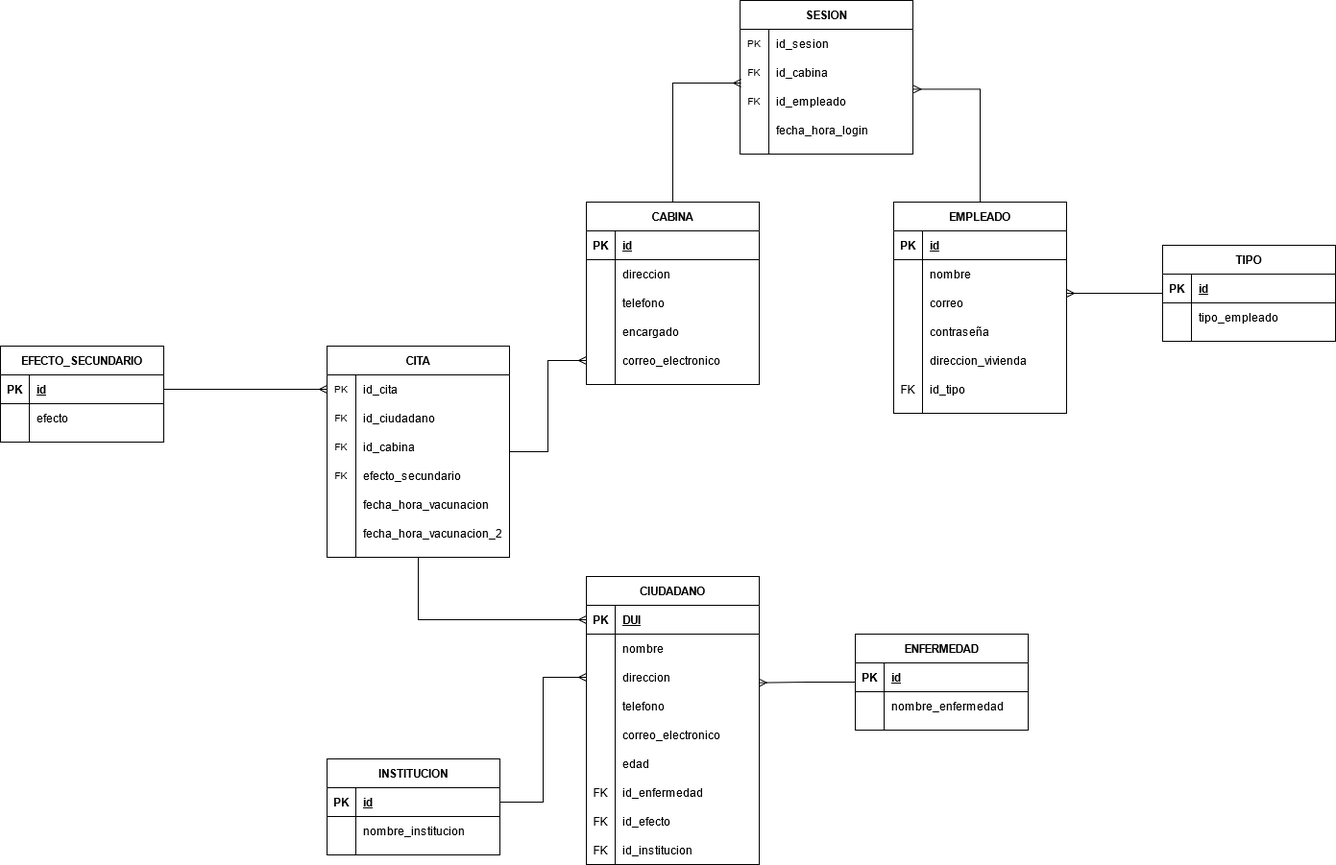
This is Bases_de_datos/Diagrama RN.png from UCASV/proyecto-final-grupo12, a draw.io export, as it was before one commit. Source tidied: cells renumbered, new cells last; positions are measured from the earlier drawing's top-left corner, leaving out a move shared by most shapes.
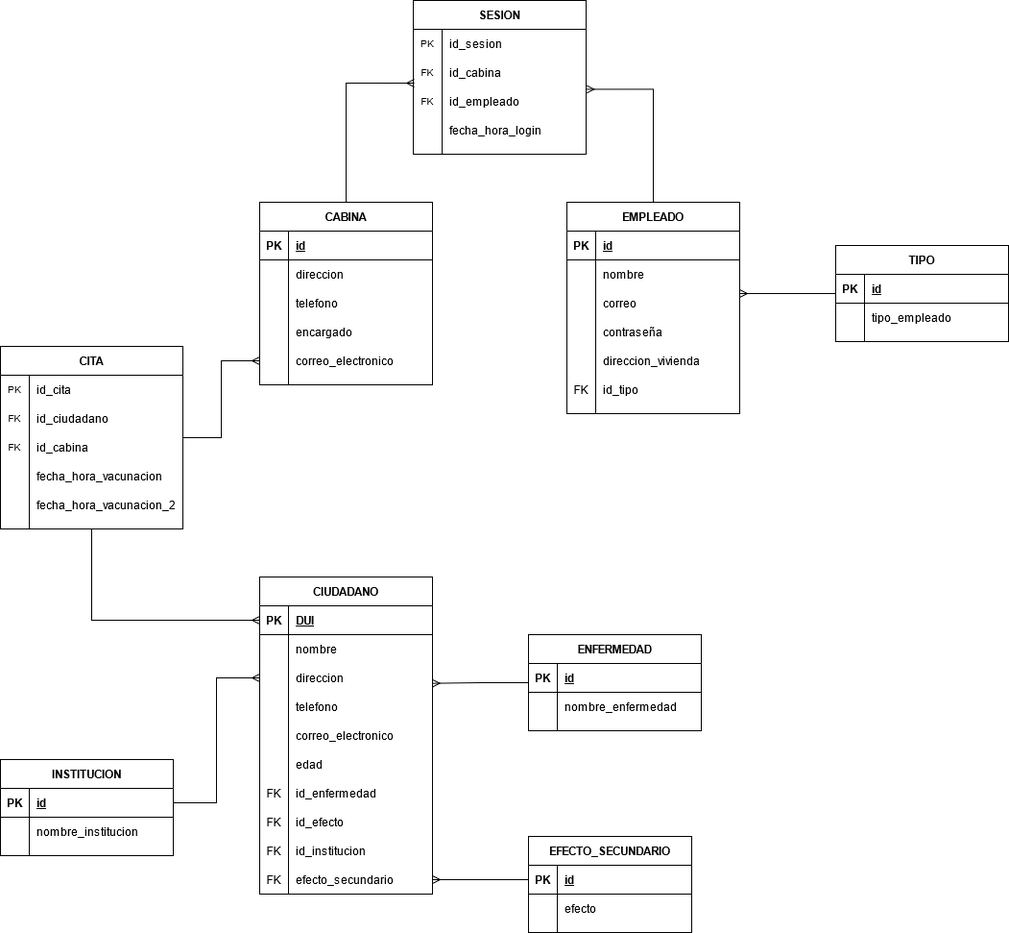
Later version of the same file.

Diff of the diagram source:
```diff
@@ -114,7 +114,7 @@
       <mxGeometry x="30" width="150" height="30" as="geometry" />
     </mxCell>
     <mxCell id="39" value="CIUDADANO" style="shape=table;startSize=30;rowLines=0;fontStyle=1;align=center;" parent="1" vertex="1">
-      <mxGeometry x="610" y="600" width="180" height="300" as="geometry" />
+      <mxGeometry x="610" y="600" width="180" height="330" as="geometry" />
     </mxCell>
     <mxCell id="40" style="shape=partialRectangle;fillColor=none;top=0;left=0;bottom=1;right=0;points=[[0,0.5],[1,0.5]];portConstraint=eastwest;" parent="39" vertex="1">
       <mxGeometry y="30" width="180" height="30" as="geometry" />
@@ -197,6 +197,15 @@
     <mxCell id="66" value="id_institucion" style="shape=partialRectangle;fillColor=none;top=0;left=0;bottom=0;right=0;align=left;spacingLeft=6;overflow=hidden;" parent="64" vertex="1">
       <mxGeometry x="30" width="150" height="30" as="geometry" />
     </mxCell>
+    <mxCell id="133" style="shape=partialRectangle;fillColor=none;top=0;left=0;bottom=0;right=0;points=[[0,0.5],[1,0.5]];portConstraint=eastwest;" parent="39" vertex="1">
+      <mxGeometry y="300" width="180" height="30" as="geometry" />
+    </mxCell>
+    <mxCell id="104" value="FK" style="shape=partialRectangle;fillColor=none;top=0;left=0;bottom=0;right=0;overflow=hidden;" parent="133" vertex="1">
+      <mxGeometry width="30" height="30" as="geometry" />
+    </mxCell>
+    <mxCell id="105" value="efecto_secundario" style="shape=partialRectangle;fillColor=none;top=0;left=0;bottom=0;right=0;align=left;spacingLeft=6;overflow=hidden;" parent="133" vertex="1">
+      <mxGeometry x="30" width="150" height="30" as="geometry" />
+    </mxCell>
     <mxCell id="67" style="edgeStyle=orthogonalEdgeStyle;rounded=0;jettySize=auto;html=1;entryX=0.998;entryY=0.689;entryDx=0;entryDy=0;entryPerimeter=0;endArrow=ERmany;endFill=0;" parent="1" edge="1" source="68" target="46">
       <mxGeometry relative="1" as="geometry" />
     </mxCell>
@@ -276,7 +285,7 @@
       <mxGeometry relative="1" as="geometry" />
     </mxCell>
     <mxCell id="93" value="CITA" style="shape=table;startSize=30;rowLines=0;fontStyle=1;align=center;fontSize=12;" parent="1" vertex="1">
-      <mxGeometry x="340" y="360" width="190" height="220" as="geometry" />
+      <mxGeometry x="340" y="360" width="190" height="190" as="geometry" />
     </mxCell>
     <mxCell id="94" style="shape=partialRectangle;fillColor=none;top=0;left=0;bottom=0;right=0;points=[[0,0.5],[1,0.5]];portConstraint=eastwest;" parent="93" vertex="1">
       <mxGeometry y="30" width="190" height="30" as="geometry" />
@@ -305,17 +314,8 @@
     <mxCell id="102" value="id_cabina" style="shape=partialRectangle;fillColor=none;top=0;left=0;bottom=0;right=0;align=left;spacingLeft=6;overflow=hidden;" parent="100" vertex="1">
       <mxGeometry x="30" width="160" height="30" as="geometry" />
     </mxCell>
-    <mxCell id="103" style="shape=partialRectangle;fillColor=none;top=0;left=0;bottom=0;right=0;" parent="93" vertex="1">
-      <mxGeometry y="120" width="190" height="30" as="geometry" />
-    </mxCell>
-    <mxCell id="104" value="FK" style="shape=partialRectangle;fillColor=none;top=0;left=0;bottom=0;right=0;overflow=hidden;fontSize=10;" parent="103" vertex="1">
-      <mxGeometry width="30" height="30" as="geometry" />
-    </mxCell>
-    <mxCell id="105" value="efecto_secundario" style="shape=partialRectangle;fillColor=none;top=0;left=0;bottom=0;right=0;align=left;spacingLeft=6;overflow=hidden;" parent="103" vertex="1">
-      <mxGeometry x="30" width="160" height="30" as="geometry" />
-    </mxCell>
     <mxCell id="106" style="shape=partialRectangle;fillColor=none;top=0;left=0;bottom=0;right=0;" parent="93" vertex="1">
-      <mxGeometry y="150" width="190" height="30" as="geometry" />
+      <mxGeometry y="120" width="190" height="30" as="geometry" />
     </mxCell>
     <mxCell id="107" style="shape=partialRectangle;fillColor=none;top=0;left=0;bottom=0;right=0;overflow=hidden;fontSize=10;" parent="106" vertex="1">
       <mxGeometry width="30" height="30" as="geometry" />
@@ -324,7 +324,7 @@
       <mxGeometry x="30" width="160" height="30" as="geometry" />
     </mxCell>
     <mxCell id="109" style="shape=partialRectangle;fillColor=none;top=0;left=0;bottom=0;right=0;" parent="93" vertex="1">
-      <mxGeometry y="180" width="190" height="30" as="geometry" />
+      <mxGeometry y="150" width="190" height="30" as="geometry" />
     </mxCell>
     <mxCell id="110" style="shape=partialRectangle;fillColor=none;top=0;left=0;bottom=0;right=0;overflow=hidden;fontSize=10;" parent="109" vertex="1">
       <mxGeometry width="30" height="30" as="geometry" />
@@ -333,7 +333,7 @@
       <mxGeometry x="30" width="160" height="30" as="geometry" />
     </mxCell>
     <mxCell id="112" value="EFECTO_SECUNDARIO" style="shape=table;startSize=30;rowLines=0;fontStyle=1;align=center;" parent="1" vertex="1">
-      <mxGeometry y="360" width="170" height="100" as="geometry" />
+      <mxGeometry x="890" y="870" width="170" height="100" as="geometry" />
     </mxCell>
     <mxCell id="113" style="shape=partialRectangle;fillColor=none;top=0;left=0;bottom=1;right=0;points=[[0,0.5],[1,0.5]];portConstraint=eastwest;" parent="112" vertex="1">
       <mxGeometry y="30" width="170" height="30" as="geometry" />
@@ -392,7 +392,7 @@
     <mxCell id="131" value="fecha_hora_login" style="shape=partialRectangle;fillColor=none;top=0;left=0;bottom=0;right=0;align=left;spacingLeft=6;overflow=hidden;" parent="129" vertex="1">
       <mxGeometry x="30" width="150" height="30" as="geometry" />
     </mxCell>
-    <mxCell id="132" style="rounded=0;jettySize=auto;html=1;endArrow=ERmany;endFill=0;exitX=1;exitY=0.5;exitDx=0;exitDy=0;entryX=0;entryY=0.5;entryDx=0;entryDy=0;" parent="1" edge="1" source="113" target="94">
+    <mxCell id="132" style="rounded=0;jettySize=auto;html=1;endArrow=ERmany;endFill=0;exitX=0;exitY=0.5;exitDx=0;exitDy=0;entryX=1;entryY=0.5;entryDx=0;entryDy=0;" parent="1" edge="1" source="113" target="133">
       <mxGeometry relative="1" as="geometry" />
     </mxCell>
   </root>
```
